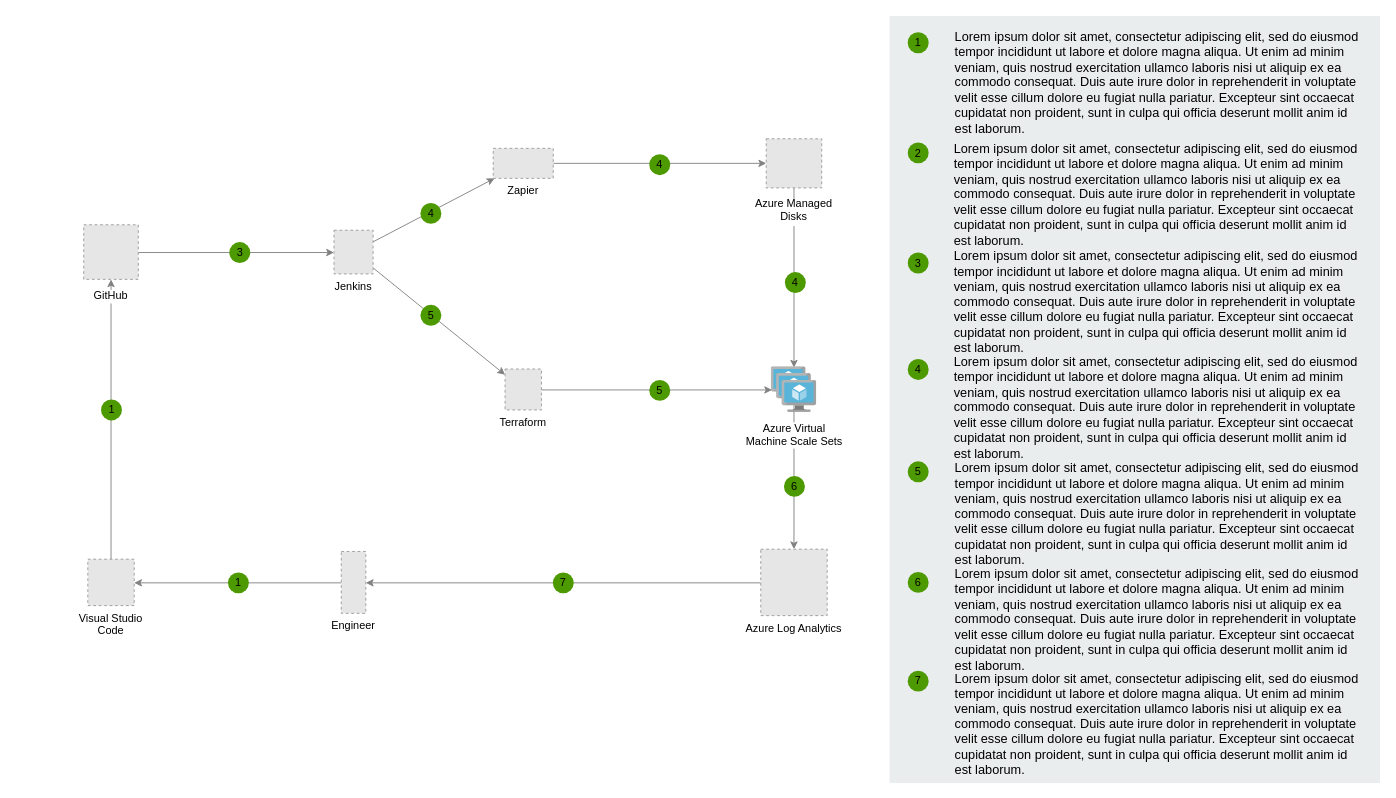
Qerdo97/PracaInzynierska keeps this draw.io diagram as Untitled Diagram.drawio. Above is the earlier version. Source tidied: cells renumbered, new cells numbered last; positions are measured from the earlier drawing's top-left corner, leaving out a move shared by most shapes. Both pictures are drawn from the tidied source at 91%, with x=0, y=0 at pixel (83, 15). Pictures stored in the file or linked from it are replaced by grey dashed boxes.
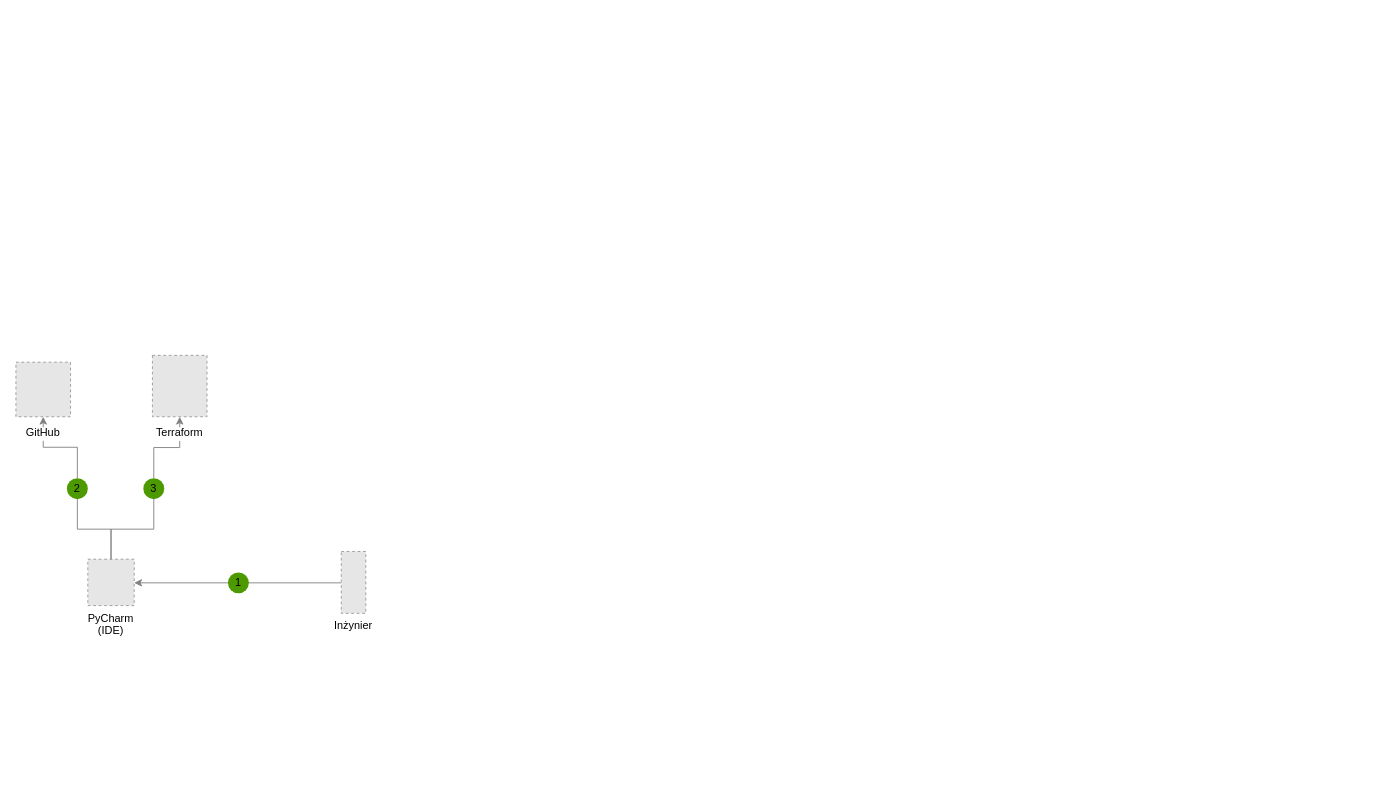
The same page after the edit.

Diff of the diagram source:
```diff
@@
-    <mxCell id="2" style="edgeStyle=elbowEdgeStyle;rounded=0;jettySize=auto;elbow=vertical;html=1;strokeColor=#808080;" parent="1" edge="1" source="12" target="13">
-      <mxGeometry relative="1" as="geometry" />
-    </mxCell>
-    <mxCell id="3" style="rounded=0;jettySize=auto;elbow=vertical;html=1;strokeColor=#808080;" parent="1" edge="1" source="13" target="14">
-      <mxGeometry relative="1" as="geometry" />
-    </mxCell>
-    <mxCell id="4" style="rounded=0;jettySize=auto;elbow=vertical;html=1;strokeColor=#808080;" parent="1" edge="1" source="13" target="15">
-      <mxGeometry relative="1" as="geometry" />
-    </mxCell>
-    <mxCell id="5" style="edgeStyle=elbowEdgeStyle;rounded=0;jettySize=auto;elbow=vertical;html=1;strokeColor=#808080;entryX=0.018;entryY=0.503;entryDx=0;entryDy=0;entryPerimeter=0;" parent="1" edge="1" source="14" target="17">
-      <mxGeometry relative="1" as="geometry" />
-    </mxCell>
-    <mxCell id="6" style="edgeStyle=elbowEdgeStyle;rounded=0;jettySize=auto;elbow=vertical;html=1;strokeColor=#808080;" parent="1" edge="1" source="15" target="16">
-      <mxGeometry relative="1" as="geometry" />
-    </mxCell>
-    <mxCell id="7" style="edgeStyle=elbowEdgeStyle;rounded=0;jettySize=auto;html=1;entryX=0.501;entryY=0.02;entryDx=0;entryDy=0;strokeColor=#808080;entryPerimeter=0;" parent="1" edge="1" source="16" target="17">
-      <mxGeometry relative="1" as="geometry" />
-    </mxCell>
-    <mxCell id="8" style="edgeStyle=elbowEdgeStyle;rounded=0;jettySize=auto;elbow=vertical;html=1;strokeColor=#808080;" parent="1" edge="1" source="17" target="20">
-      <mxGeometry relative="1" as="geometry" />
-    </mxCell>
+    <mxCell id="46" style="edgeStyle=orthogonalEdgeStyle;rounded=0;jettySize=auto;html=1;exitX=0.5;exitY=0;exitDx=0;exitDy=0;entryX=0.5;entryY=1;entryDx=0;entryDy=0;startArrow=none;strokeColor=#808080;" parent="1" edge="1" source="48" target="14">
+      <mxGeometry relative="1" as="geometry" />
+    </mxCell>
-    <mxCell id="9" style="edgeStyle=elbowEdgeStyle;rounded=0;jettySize=auto;elbow=vertical;html=1;strokeColor=#808080;" parent="1" edge="1" source="18" target="12">
+    <mxCell id="9" style="edgeStyle=elbowEdgeStyle;rounded=0;jettySize=auto;elbow=vertical;html=1;strokeColor=#808080;startArrow=none;" parent="1" edge="1" source="23" target="12">
       <mxGeometry relative="1" as="geometry" />
     </mxCell>
@@
-    <mxCell id="11" style="edgeStyle=elbowEdgeStyle;rounded=0;jettySize=auto;elbow=vertical;html=1;entryX=1;entryY=0.5;entryDx=0;entryDy=0;strokeColor=#808080;" parent="1" edge="1" source="20" target="19">
-      <mxGeometry relative="1" as="geometry" />
-    </mxCell>
     <mxCell id="12" value="GitHub" style="fillColor=#E6E6E6;strokeColor=#999999;dashed=1;verticalLabelPosition=bottom;labelBackgroundColor=#ffffff;verticalAlign=top;spacingTop=4;" parent="1" vertex="1">
-      <mxGeometry x="0.5" y="229.5" width="60" height="60" as="geometry" />
+      <mxGeometry x="-74" y="380.5" width="60" height="60" as="geometry" />
     </mxCell>
-    <mxCell id="13" value="Jenkins" style="fillColor=#E6E6E6;strokeColor=#999999;dashed=1;verticalLabelPosition=bottom;labelBackgroundColor=none;verticalAlign=top;" parent="1" vertex="1">
-      <mxGeometry x="275.5" y="235.5" width="43" height="48" as="geometry" />
-    </mxCell>
-    <mxCell id="14" value="Terraform" style="fillColor=#E6E6E6;strokeColor=#999999;dashed=1;verticalLabelPosition=bottom;labelBackgroundColor=none;verticalAlign=top;" parent="1" vertex="1">
-      <mxGeometry x="463.5" y="388" width="40" height="45" as="geometry" />
+    <mxCell id="14" value="Terraform" style="fillColor=#E6E6E6;strokeColor=#999999;dashed=1;verticalLabelPosition=bottom;labelBackgroundColor=default;verticalAlign=top;spacingTop=4;" parent="1" vertex="1">
+      <mxGeometry x="76" y="373" width="60" height="67.5" as="geometry" />
     </mxCell>
-    <mxCell id="15" value="Zapier" style="fillColor=#E6E6E6;strokeColor=#999999;dashed=1;verticalLabelPosition=bottom;labelBackgroundColor=none;verticalAlign=top;" parent="1" vertex="1">
-      <mxGeometry x="450.5" y="145.5" width="66" height="33" as="geometry" />
-    </mxCell>
-    <mxCell id="16" value="Azure Managed&#10;Disks" style="fillColor=#E6E6E6;strokeColor=#999999;dashed=1;verticalLabelPosition=bottom;labelBackgroundColor=#ffffff;verticalAlign=top;spacingTop=4;" parent="1" vertex="1">
-      <mxGeometry x="750.5" y="135" width="61" height="54" as="geometry" />
-    </mxCell>
-    <mxCell id="17" value="Azure Virtual&lt;br&gt;Machine Scale Sets" style="html=1;perimeter=none;align=center;shadow=0;dashed=0;image;fontSize=12;image=img/lib/mscae/VM_Scale_Set.svg;labelBackgroundColor=#ffffff;spacingTop=4;" parent="1" vertex="1">
-      <mxGeometry x="756" y="385.5" width="50" height="50" as="geometry" />
-    </mxCell>
-    <mxCell id="18" value="Visual Studio&#10;Code" style="fillColor=#E6E6E6;strokeColor=#999999;dashed=1;verticalLabelPosition=bottom;labelBackgroundColor=none;verticalAlign=top;" parent="1" vertex="1">
+    <mxCell id="18" value="PyCharm&#10;(IDE)" style="fillColor=#E6E6E6;strokeColor=#999999;dashed=1;verticalLabelPosition=bottom;labelBackgroundColor=none;verticalAlign=top;" parent="1" vertex="1">
       <mxGeometry x="5" y="597" width="51" height="51" as="geometry" />
     </mxCell>
-    <mxCell id="19" value="Engineer" style="fillColor=#E6E6E6;strokeColor=#999999;dashed=1;verticalLabelPosition=bottom;labelBackgroundColor=none;verticalAlign=top;" parent="1" vertex="1">
+    <mxCell id="19" value="Inżynier" style="fillColor=#E6E6E6;strokeColor=#999999;dashed=1;verticalLabelPosition=bottom;labelBackgroundColor=none;verticalAlign=top;" parent="1" vertex="1">
       <mxGeometry x="283.5" y="588.5" width="27" height="68" as="geometry" />
     </mxCell>
-    <mxCell id="20" value="Azure Log Analytics" style="fillColor=#E6E6E6;strokeColor=#999999;dashed=1;verticalLabelPosition=bottom;labelBackgroundColor=none;verticalAlign=top;" parent="1" vertex="1">
-      <mxGeometry x="744.5" y="586" width="73" height="73" as="geometry" />
-    </mxCell>
-    <mxCell id="21" value="3" style="ellipse;whiteSpace=wrap;html=1;fillColor=#4D9900;strokeColor=none;labelBackgroundColor=none;" parent="1" vertex="1">
-      <mxGeometry x="160.5" y="248.5" width="23" height="23" as="geometry" />
-    </mxCell>
@@
-    <mxCell id="23" value="1" style="ellipse;whiteSpace=wrap;html=1;fillColor=#4D9900;strokeColor=none;labelBackgroundColor=none;" parent="1" vertex="1">
-      <mxGeometry x="19.5" y="421.5" width="23" height="23" as="geometry" />
+    <mxCell id="23" value="2" style="ellipse;whiteSpace=wrap;html=1;fillColor=#4D9900;strokeColor=none;labelBackgroundColor=none;" parent="1" vertex="1">
+      <mxGeometry x="-18" y="508" width="23" height="23" as="geometry" />
     </mxCell>
-    <mxCell id="24" value="4" style="ellipse;whiteSpace=wrap;html=1;fillColor=#4D9900;strokeColor=none;labelBackgroundColor=none;" parent="1" vertex="1">
-      <mxGeometry x="370.5" y="205.5" width="23" height="23" as="geometry" />
-    </mxCell>
-    <mxCell id="25" value="5" style="ellipse;whiteSpace=wrap;html=1;fillColor=#4D9900;strokeColor=none;labelBackgroundColor=none;" parent="1" vertex="1">
-      <mxGeometry x="370.5" y="317.5" width="23" height="23" as="geometry" />
-    </mxCell>
-    <mxCell id="26" value="4" style="ellipse;whiteSpace=wrap;html=1;fillColor=#4D9900;strokeColor=none;labelBackgroundColor=none;" parent="1" vertex="1">
-      <mxGeometry x="622" y="152" width="23" height="23" as="geometry" />
-    </mxCell>
-    <mxCell id="27" value="5" style="ellipse;whiteSpace=wrap;html=1;fillColor=#4D9900;strokeColor=none;labelBackgroundColor=none;" parent="1" vertex="1">
-      <mxGeometry x="622" y="400" width="23" height="23" as="geometry" />
-    </mxCell>
-    <mxCell id="28" value="4" style="ellipse;whiteSpace=wrap;html=1;fillColor=#4D9900;strokeColor=none;labelBackgroundColor=none;" parent="1" vertex="1">
-      <mxGeometry x="771" y="281.5" width="23" height="23" as="geometry" />
-    </mxCell>
-    <mxCell id="29" value="6" style="ellipse;whiteSpace=wrap;html=1;fillColor=#4D9900;strokeColor=none;labelBackgroundColor=none;" parent="1" vertex="1">
-      <mxGeometry x="770" y="505.5" width="23" height="23" as="geometry" />
-    </mxCell>
-    <mxCell id="30" value="7" style="ellipse;whiteSpace=wrap;html=1;fillColor=#4D9900;strokeColor=none;labelBackgroundColor=none;" parent="1" vertex="1">
-      <mxGeometry x="516" y="611.5" width="23" height="23" as="geometry" />
-    </mxCell>
-    <mxCell id="31" style="rounded=0;whiteSpace=wrap;html=1;fillColor=#EAEDED;fontSize=22;fontColor=#FFFFFF;strokeColor=none;labelBackgroundColor=none;" parent="1" vertex="1">
-      <mxGeometry x="886" width="539" height="843" as="geometry" />
-    </mxCell>
-    <mxCell id="32" value="&lt;span&gt;Lorem ipsum dolor sit amet, consectetur adipiscing elit, sed do eiusmod tempor incididunt ut labore et dolore magna aliqua. Ut enim ad minim veniam, quis nostrud exercitation ullamco laboris nisi ut aliquip ex ea commodo consequat. Duis aute irure dolor in reprehenderit in voluptate velit esse cillum dolore eu fugiat nulla pariatur. Excepteur sint occaecat cupidatat non proident, sunt in culpa qui officia deserunt mollit anim id est laborum.&lt;/span&gt;&lt;br&gt;" style="text;html=1;align=left;verticalAlign=top;spacingTop=-4;fontSize=14;labelBackgroundColor=none;whiteSpace=wrap;" parent="1" vertex="1">
-      <mxGeometry x="955.5" y="11.5" width="449" height="118" as="geometry" />
-    </mxCell>
-    <mxCell id="33" value="&lt;span&gt;Lorem ipsum dolor sit amet, consectetur adipiscing elit, sed do eiusmod tempor incididunt ut labore et dolore magna aliqua. Ut enim ad minim veniam, quis nostrud exercitation ullamco laboris nisi ut aliquip ex ea commodo consequat. Duis aute irure dolor in reprehenderit in voluptate velit esse cillum dolore eu fugiat nulla pariatur. Excepteur sint occaecat cupidatat non proident, sunt in culpa qui officia deserunt mollit anim id est laborum.&lt;/span&gt;&lt;br&gt;" style="text;html=1;align=left;verticalAlign=top;spacingTop=-4;fontSize=14;labelBackgroundColor=none;whiteSpace=wrap;" parent="1" vertex="1">
-      <mxGeometry x="954.5" y="134.5" width="450" height="115" as="geometry" />
-    </mxCell>
-    <mxCell id="34" value="&lt;span&gt;Lorem ipsum dolor sit amet, consectetur adipiscing elit, sed do eiusmod tempor incididunt ut labore et dolore magna aliqua. Ut enim ad minim veniam, quis nostrud exercitation ullamco laboris nisi ut aliquip ex ea commodo consequat. Duis aute irure dolor in reprehenderit in voluptate velit esse cillum dolore eu fugiat nulla pariatur. Excepteur sint occaecat cupidatat non proident, sunt in culpa qui officia deserunt mollit anim id est laborum.&lt;/span&gt;&lt;br&gt;" style="text;html=1;align=left;verticalAlign=top;spacingTop=-4;fontSize=14;labelBackgroundColor=none;whiteSpace=wrap;" parent="1" vertex="1">
-      <mxGeometry x="954.5" y="252.5" width="450" height="117" as="geometry" />
-    </mxCell>
-    <mxCell id="35" value="&lt;span&gt;Lorem ipsum dolor sit amet, consectetur adipiscing elit, sed do eiusmod tempor incididunt ut labore et dolore magna aliqua. Ut enim ad minim veniam, quis nostrud exercitation ullamco laboris nisi ut aliquip ex ea commodo consequat. Duis aute irure dolor in reprehenderit in voluptate velit esse cillum dolore eu fugiat nulla pariatur. Excepteur sint occaecat cupidatat non proident, sunt in culpa qui officia deserunt mollit anim id est laborum.&lt;/span&gt;&lt;br&gt;" style="text;html=1;align=left;verticalAlign=top;spacingTop=-4;fontSize=14;labelBackgroundColor=none;whiteSpace=wrap;" parent="1" vertex="1">
-      <mxGeometry x="954.5" y="368.5" width="450" height="121" as="geometry" />
-    </mxCell>
-    <mxCell id="36" value="&lt;span&gt;Lorem ipsum dolor sit amet, consectetur adipiscing elit, sed do eiusmod tempor incididunt ut labore et dolore magna aliqua. Ut enim ad minim veniam, quis nostrud exercitation ullamco laboris nisi ut aliquip ex ea commodo consequat. Duis aute irure dolor in reprehenderit in voluptate velit esse cillum dolore eu fugiat nulla pariatur. Excepteur sint occaecat cupidatat non proident, sunt in culpa qui officia deserunt mollit anim id est laborum.&lt;/span&gt;&lt;br&gt;" style="text;html=1;align=left;verticalAlign=top;spacingTop=-4;fontSize=14;labelBackgroundColor=none;whiteSpace=wrap;" parent="1" vertex="1">
-      <mxGeometry x="955.5" y="485.5" width="449" height="114" as="geometry" />
-    </mxCell>
-    <mxCell id="37" value="&lt;span&gt;Lorem ipsum dolor sit amet, consectetur adipiscing elit, sed do eiusmod tempor incididunt ut labore et dolore magna aliqua. Ut enim ad minim veniam, quis nostrud exercitation ullamco laboris nisi ut aliquip ex ea commodo consequat. Duis aute irure dolor in reprehenderit in voluptate velit esse cillum dolore eu fugiat nulla pariatur. Excepteur sint occaecat cupidatat non proident, sunt in culpa qui officia deserunt mollit anim id est laborum.&lt;/span&gt;&lt;br&gt;" style="text;html=1;align=left;verticalAlign=top;spacingTop=-4;fontSize=14;labelBackgroundColor=none;whiteSpace=wrap;" parent="1" vertex="1">
-      <mxGeometry x="955.5" y="601.5" width="450" height="118" as="geometry" />
-    </mxCell>
-    <mxCell id="38" value="&lt;span&gt;Lorem ipsum dolor sit amet, consectetur adipiscing elit, sed do eiusmod tempor incididunt ut labore et dolore magna aliqua. Ut enim ad minim veniam, quis nostrud exercitation ullamco laboris nisi ut aliquip ex ea commodo consequat. Duis aute irure dolor in reprehenderit in voluptate velit esse cillum dolore eu fugiat nulla pariatur. Excepteur sint occaecat cupidatat non proident, sunt in culpa qui officia deserunt mollit anim id est laborum.&lt;/span&gt;&lt;br&gt;" style="text;html=1;align=left;verticalAlign=top;spacingTop=-4;fontSize=14;labelBackgroundColor=none;whiteSpace=wrap;" parent="1" vertex="1">
-      <mxGeometry x="955.5" y="716.5" width="449" height="113" as="geometry" />
-    </mxCell>
-    <mxCell id="39" value="1" style="ellipse;whiteSpace=wrap;html=1;fillColor=#4D9900;strokeColor=none;labelBackgroundColor=none;" parent="1" vertex="1">
-      <mxGeometry x="906" y="18" width="23" height="23" as="geometry" />
-    </mxCell>
-    <mxCell id="40" value="2" style="ellipse;whiteSpace=wrap;html=1;fillColor=#4D9900;strokeColor=none;labelBackgroundColor=none;" parent="1" vertex="1">
-      <mxGeometry x="906" y="139" width="23" height="23" as="geometry" />
-    </mxCell>
-    <mxCell id="41" value="3" style="ellipse;whiteSpace=wrap;html=1;fillColor=#4D9900;strokeColor=none;labelBackgroundColor=none;" parent="1" vertex="1">
-      <mxGeometry x="906" y="260" width="23" height="23" as="geometry" />
-    </mxCell>
-    <mxCell id="42" value="4" style="ellipse;whiteSpace=wrap;html=1;fillColor=#4D9900;strokeColor=none;labelBackgroundColor=none;" parent="1" vertex="1">
-      <mxGeometry x="906" y="377" width="23" height="23" as="geometry" />
-    </mxCell>
-    <mxCell id="43" value="5" style="ellipse;whiteSpace=wrap;html=1;fillColor=#4D9900;strokeColor=none;labelBackgroundColor=none;" parent="1" vertex="1">
-      <mxGeometry x="906" y="489.5" width="23" height="23" as="geometry" />
-    </mxCell>
-    <mxCell id="44" value="6" style="ellipse;whiteSpace=wrap;html=1;fillColor=#4D9900;strokeColor=none;labelBackgroundColor=none;" parent="1" vertex="1">
-      <mxGeometry x="906" y="611" width="23" height="23" as="geometry" />
-    </mxCell>
-    <mxCell id="45" value="7" style="ellipse;whiteSpace=wrap;html=1;fillColor=#4D9900;strokeColor=none;labelBackgroundColor=none;" parent="1" vertex="1">
-      <mxGeometry x="906" y="719.5" width="23" height="23" as="geometry" />
-    </mxCell>
+    <mxCell id="47" style="edgeStyle=elbowEdgeStyle;rounded=0;jettySize=auto;elbow=vertical;html=1;strokeColor=#808080;endArrow=none;" parent="1" edge="1" source="18" target="23">
+      <mxGeometry relative="1" as="geometry" />
+    </mxCell>
+    <mxCell id="48" value="3" style="ellipse;whiteSpace=wrap;html=1;fillColor=#4D9900;strokeColor=none;labelBackgroundColor=none;" parent="1" vertex="1">
+      <mxGeometry x="66" y="508" width="23" height="23" as="geometry" />
+    </mxCell>
+    <mxCell id="49" style="edgeStyle=orthogonalEdgeStyle;rounded=0;jettySize=auto;html=1;exitX=0.5;exitY=0;exitDx=0;exitDy=0;entryX=0.5;entryY=1;entryDx=0;entryDy=0;endArrow=none;strokeColor=#808080;" parent="1" edge="1" source="18" target="48">
+      <mxGeometry relative="1" as="geometry" />
+    </mxCell>
```
